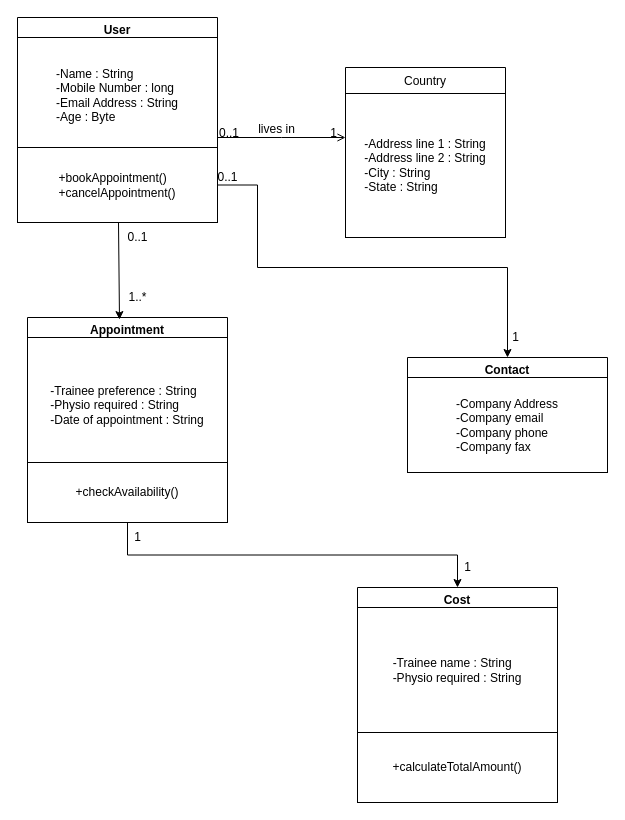
The draw.io diagram Untitled Diagram.drawio in devenshettyss/gitpractice, before the edit. Source tidied: cells renumbered, new cells numbered last; positions are measured from the earlier drawing's top-left corner, leaving out a move shared by most shapes. Both pictures are drawn from the tidied source at 100%, with x=0, y=0 at pixel (17, 17).
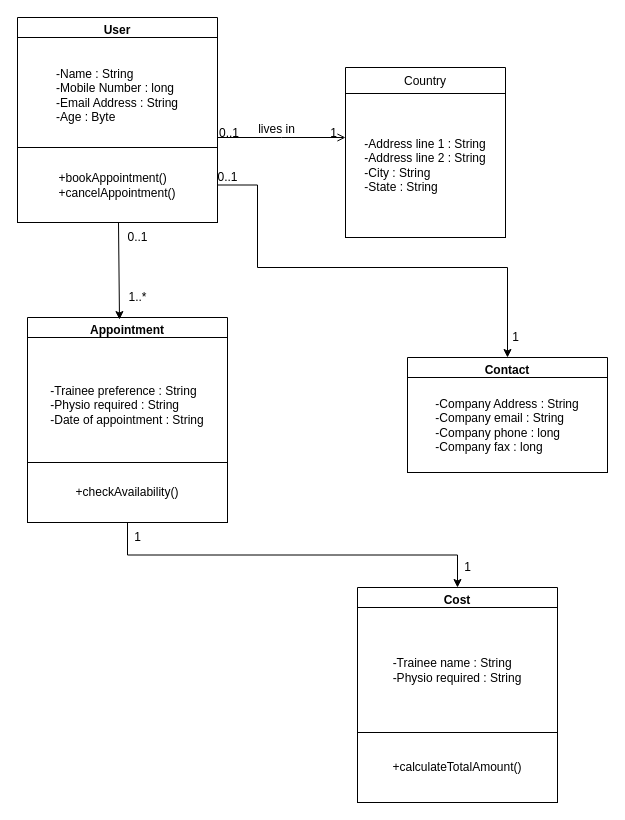
After the change.

Commit message:
Added datatypes to Contact class

Unchanged cells that the change refers to:
```xml
<mxCell id="23" value="Contact" style="swimlane;" parent="1" vertex="1">
  <mxGeometry x="390" y="340" width="200" height="110" as="geometry" />
</mxCell>
```

What changed in the source:
```diff
@@
-    <mxCell id="24" value="&lt;div style=&quot;text-align: justify&quot;&gt;-Company Address&lt;/div&gt;&lt;div style=&quot;text-align: justify&quot;&gt;-Company email&lt;/div&gt;&lt;div style=&quot;text-align: justify&quot;&gt;-Company phone&lt;/div&gt;&lt;div style=&quot;text-align: justify&quot;&gt;-Company fax&lt;/div&gt;" style="whiteSpace=wrap;html=1;" parent="23" vertex="1">
+    <mxCell id="24" value="&lt;div style=&quot;text-align: justify&quot;&gt;-Company Address : String&lt;/div&gt;&lt;div style=&quot;text-align: justify&quot;&gt;-Company email : String&lt;/div&gt;&lt;div style=&quot;text-align: justify&quot;&gt;-Company phone : long&lt;/div&gt;&lt;div style=&quot;text-align: justify&quot;&gt;-Company fax : long&lt;/div&gt;" style="whiteSpace=wrap;html=1;" parent="23" vertex="1">
       <mxGeometry y="20" width="200" height="95" as="geometry" />
     </mxCell>
```
